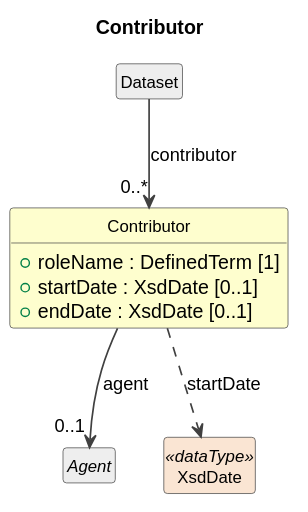
Earlier version of the PlantUML export cdif-uml-model/CDIFCore/Classes/Contributor.svg (Cross-Domain-Interoperability-Framework/metadataBuildingBlocks).
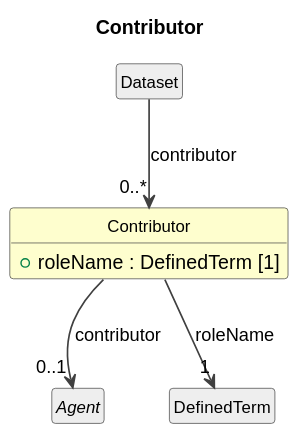
After the commit.

What changed in the source:
```diff
@@ -12,13 +12,11 @@
 
 class "Contributor" as Contributor #FEFECE {
   +roleName : DefinedTerm [1]
-  +startDate : XsdDate [0..1]
-  +endDate : XsdDate [0..1]
 }
 class "Dataset" as Dataset #EEEEEE
 Dataset --> "0..*" Contributor : contributor
 abstract class "Agent" as Agent #EEEEEE
-Contributor --> "0..1" Agent : agent
-class "XsdDate" as XsdDate <<dataType>> #FAE5D3
-Contributor ..> XsdDate : startDate
+Contributor --> "0..1" Agent : contributor
+class "DefinedTerm" as DefinedTerm #EEEEEE
+Contributor --> "1" DefinedTerm : roleName
 @enduml
```
